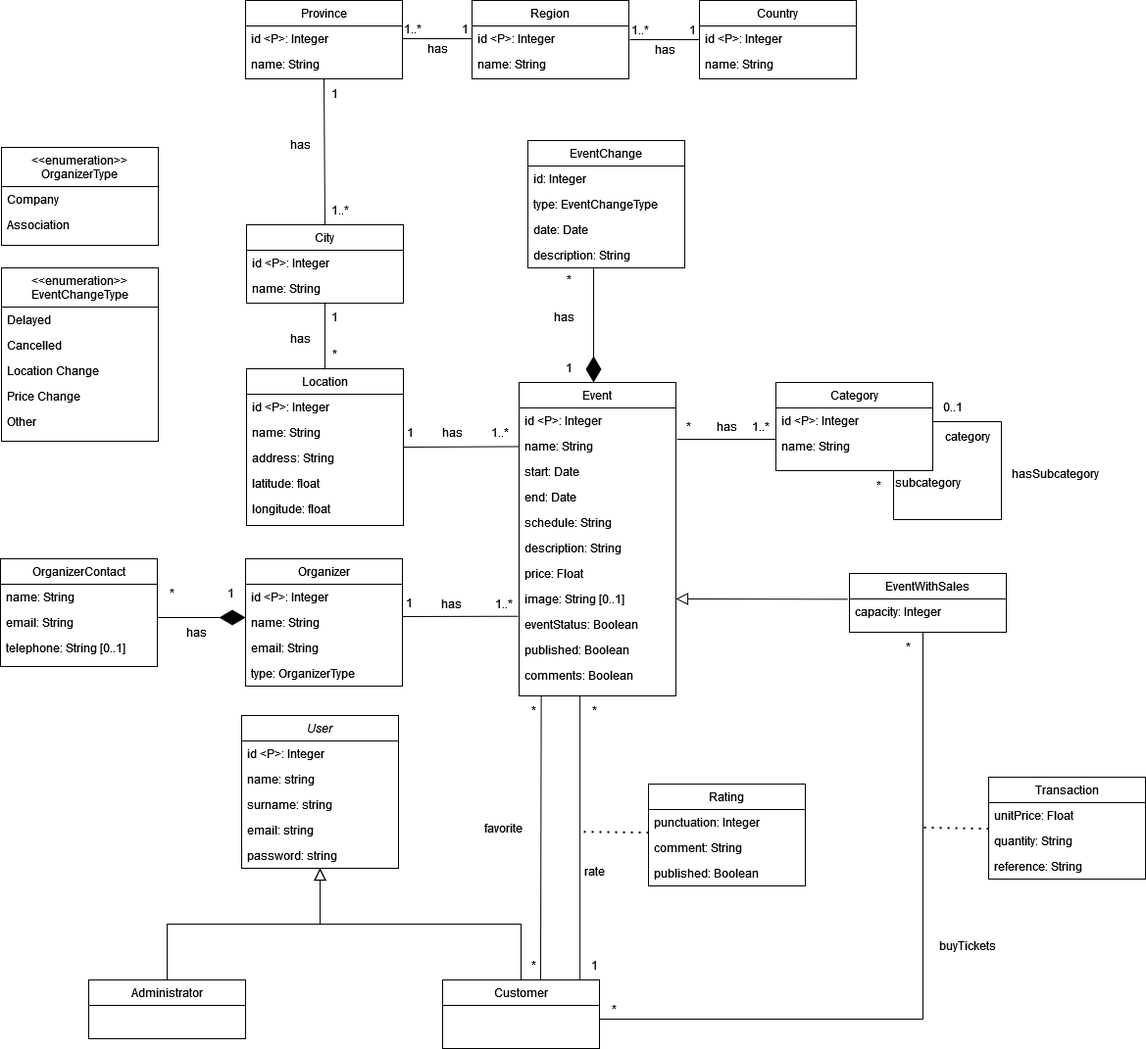
Before: conceptual-diagram.drawio.png, a diagram exported from draw.io (danielpilot/event-database). Source tidied: cells renumbered, new cells last; positions are measured from the earlier drawing's top-left corner, leaving out a move shared by most shapes.
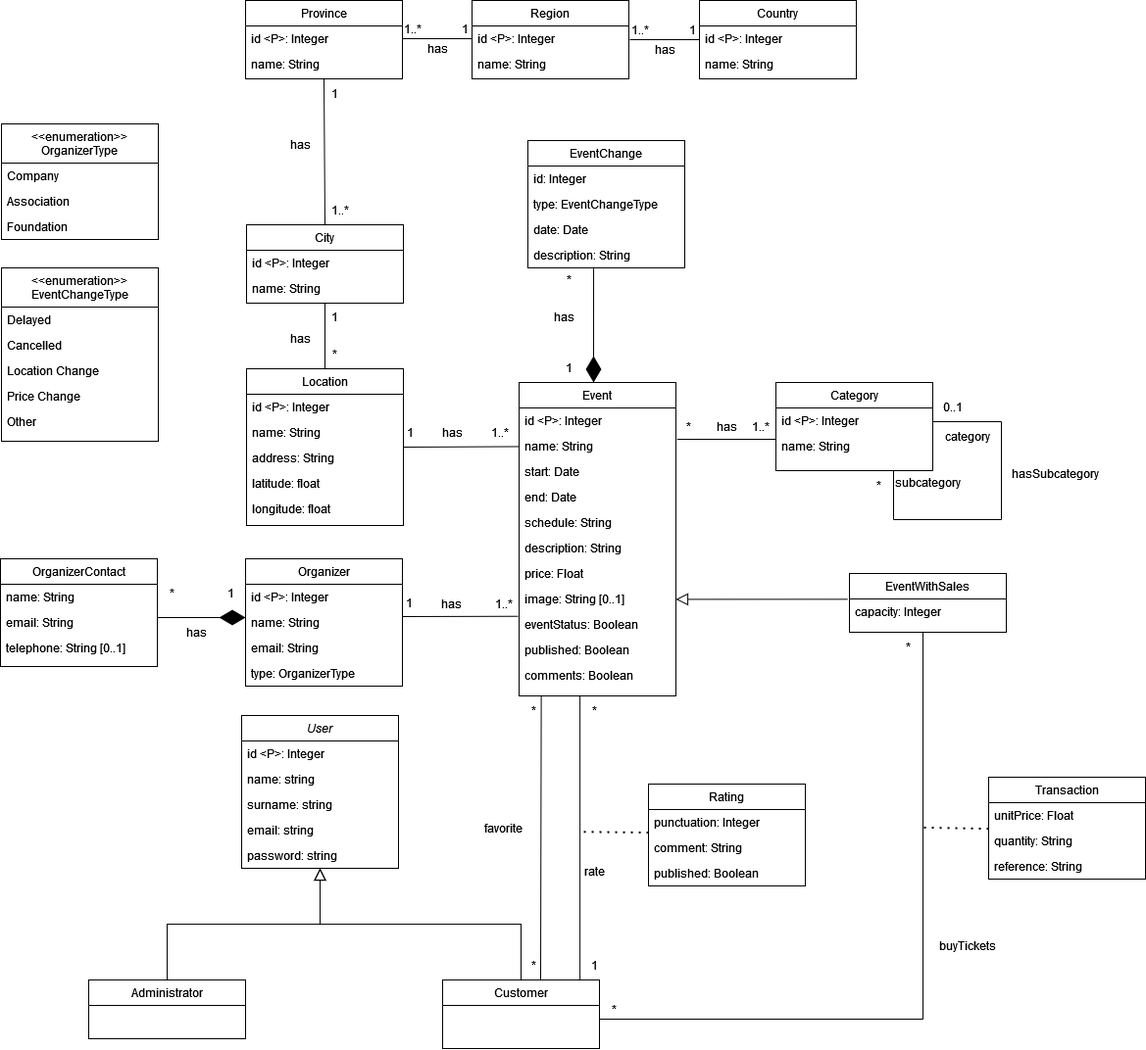
The same file after the commit.

Commit message:
Add foundation to conceptual diagram

Diff of the diagram source:
```diff
@@ -161,7 +161,7 @@
       <mxGeometry x="440" y="601" width="40" height="30" as="geometry" />
     </mxCell>
     <mxCell id="49" value="&lt;&lt;enumeration&gt;&gt;&#10;OrganizerType&#10;" style="swimlane;fontStyle=0;align=center;verticalAlign=top;horizontal=1;startSize=40;rounded=0;shadow=0;strokeWidth=1;" parent="1" vertex="1">
-      <mxGeometry x="1" y="150" width="160" height="100" as="geometry" />
+      <mxGeometry x="1" y="126" width="160" height="118" as="geometry" />
     </mxCell>
     <mxCell id="50" value="Company" style="text;align=left;verticalAlign=top;spacingLeft=4;spacingRight=4;overflow=hidden;" parent="49" vertex="1">
       <mxGeometry y="40" width="160" height="26" as="geometry" />
@@ -169,6 +169,9 @@
     <mxCell id="51" value="Association" style="text;align=left;verticalAlign=top;spacingLeft=4;spacingRight=4;overflow=hidden;rounded=0;shadow=0;html=0;" parent="49" vertex="1">
       <mxGeometry y="66" width="160" height="26" as="geometry" />
     </mxCell>
+    <mxCell id="139" value="Foundation" style="text;align=left;verticalAlign=top;spacingLeft=4;spacingRight=4;overflow=hidden;rounded=0;shadow=0;html=0;" parent="49" vertex="1">
+      <mxGeometry y="92" width="160" height="26" as="geometry" />
+    </mxCell>
     <mxCell id="52" value="OrganizerContact" style="swimlane;fontStyle=0;align=center;verticalAlign=top;horizontal=1;startSize=26;rounded=0;shadow=0;strokeWidth=1;" parent="1" vertex="1">
       <mxGeometry y="570" width="160" height="110" as="geometry" />
     </mxCell>
```
